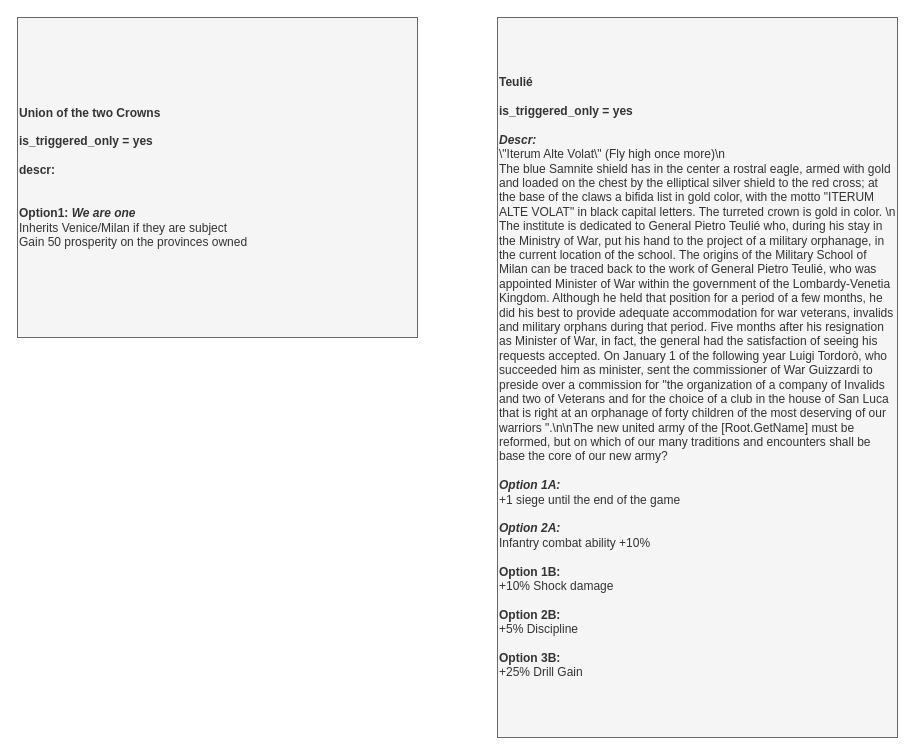
The draw.io diagram page "Events" (3 of 5) of It's Cotoletta and Moleche Time/It's Cotoletta and Moleche 0.2.drawio in Melvasul/Missions-Expanded, before the edit. Source tidied: cells renumbered, new cells numbered last; positions are measured from the earlier drawing's top-left corner, leaving out a move shared by most shapes. Both pictures are drawn from the tidied source at 100%, with x=0, y=0 at pixel (17, 17).
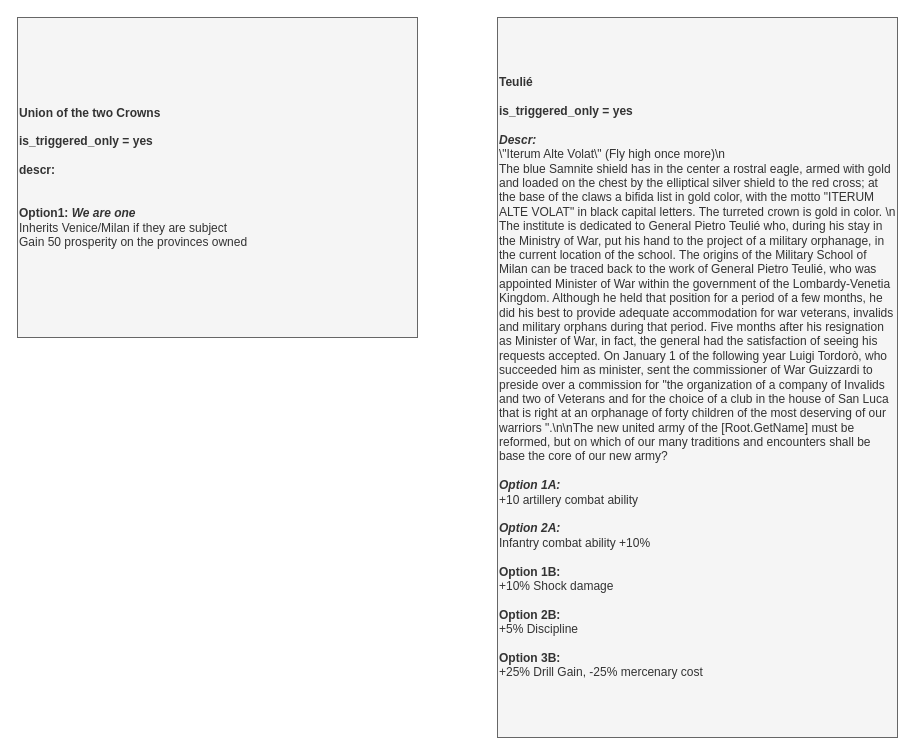
Above is the later version.

Diff of the diagram source:
```diff
@@
 <mxGraphModel>
   <root>
     <mxCell id="0" />
     <mxCell id="1" parent="0" />
     <mxCell id="2" value="&lt;div style=&quot;font-size: 12px&quot;&gt;&lt;b&gt;Union of the two Crowns&lt;/b&gt;&lt;br&gt;&lt;/div&gt;&lt;div style=&quot;font-size: 12px&quot;&gt;&lt;span style=&quot;font-size: 12px&quot;&gt;&lt;br&gt;&lt;/span&gt;&lt;/div&gt;&lt;div style=&quot;font-size: 12px&quot;&gt;&lt;span style=&quot;font-size: 12px&quot;&gt;&lt;b&gt;is_triggered_only = yes&lt;/b&gt;&lt;/span&gt;&lt;/div&gt;&lt;div style=&quot;font-size: 12px&quot;&gt;&lt;span style=&quot;font-size: 12px&quot;&gt;&lt;br&gt;&lt;/span&gt;&lt;/div&gt;&lt;div style=&quot;font-size: 12px&quot;&gt;&lt;span style=&quot;font-size: 12px&quot;&gt;&lt;b&gt;descr:&lt;/b&gt;&lt;/span&gt;&lt;/div&gt;&lt;div style=&quot;font-size: 12px&quot;&gt;&lt;br&gt;&lt;/div&gt;&lt;div style=&quot;font-size: 12px&quot;&gt;&lt;span style=&quot;font-size: 12px&quot;&gt;&lt;br style=&quot;font-size: 12px&quot;&gt;&lt;/span&gt;&lt;/div&gt;&lt;div style=&quot;font-size: 12px&quot;&gt;&lt;span style=&quot;font-size: 12px&quot;&gt;&lt;b&gt;Option1: &lt;/b&gt;&lt;i&gt;&lt;b&gt;We are one&lt;/b&gt;&lt;/i&gt;&lt;/span&gt;&lt;/div&gt;&lt;div style=&quot;font-size: 12px&quot;&gt;&lt;span style=&quot;font-size: 12px&quot;&gt;Inherits Venice/Milan if they are subject&lt;/span&gt;&lt;/div&gt;&lt;div style=&quot;font-size: 12px&quot;&gt;&lt;span style=&quot;font-size: 12px&quot;&gt;Gain 50 prosperity on the provinces owned&lt;/span&gt;&lt;/div&gt;" style="rounded=0;whiteSpace=wrap;html=1;fillColor=#f5f5f5;strokeColor=#666666;fontSize=12;fontColor=#333333;align=left;verticalAlign=middle;" parent="1" vertex="1">
       <mxGeometry width="400" height="320" as="geometry" />
     </mxCell>
-    <mxCell id="3" value="&lt;div style=&quot;font-size: 12px&quot;&gt;&lt;b&gt;Teulié&lt;/b&gt;&lt;/div&gt;&lt;div style=&quot;font-size: 12px&quot;&gt;&lt;br&gt;&lt;/div&gt;&lt;div style=&quot;font-size: 12px&quot;&gt;&lt;b&gt;is_triggered_only = yes&lt;/b&gt;&lt;/div&gt;&lt;div style=&quot;font-size: 12px&quot;&gt;&lt;b&gt;&lt;br&gt;&lt;/b&gt;&lt;/div&gt;&lt;div&gt;&lt;font&gt;&lt;div style=&quot;font-size: 12px&quot;&gt;&lt;b style=&quot;font-size: 12px&quot;&gt;&lt;i style=&quot;font-size: 12px&quot;&gt;Descr:&lt;/i&gt;&lt;/b&gt;&lt;/div&gt;&lt;div&gt;\&quot;Iterum Alte Volat\&quot; (Fly high once more)\n&lt;br&gt;&lt;/div&gt;&lt;div&gt;The blue Samnite shield has in the center a rostral eagle, armed with gold and loaded on the chest by the elliptical silver shield to the red cross; at the base of the claws a bifida list in gold color, with the motto &quot;ITERUM ALTE VOLAT&quot; in black capital letters. The turreted crown is gold in color. \n&lt;/div&gt;&lt;div&gt;The institute is dedicated to General Pietro Teulié who, during his stay in the Ministry of War, put his hand to the project of a military orphanage, in the current location of the school.&amp;nbsp;&lt;span&gt;The origins of the Military School of Milan can be traced back to the work of General Pietro Teulié, who was appointed Minister of War within the government of the Lombardy-Venetia Kingdom. Although he held that position for a period of a few months, he did his best to provide adequate accommodation for war veterans, invalids and military orphans during that period. Five months after his resignation as Minister of War, in fact, the general had the satisfaction of seeing his requests accepted. On January 1 of the following year Luigi Tordorò, who succeeded him as minister, sent the commissioner of War Guizzardi to preside over a commission for &quot;the organization of a company of Invalids and two of Veterans and for the choice of a club in the house of San Luca that is right at an orphanage of forty children of the most deserving of our warriors &quot;.&lt;/span&gt;&lt;span&gt;\n\n&lt;/span&gt;&lt;span&gt;The new united army of the [Root.GetName] must be reformed, but on which of our many traditions and encounters shall be base the core of our new army?&lt;/span&gt;&lt;/div&gt;&lt;div&gt;&lt;span&gt;&lt;br&gt;&lt;/span&gt;&lt;/div&gt;&lt;div&gt;&lt;b&gt;&lt;i&gt;Option 1A:&lt;/i&gt;&lt;/b&gt;&lt;i&gt;&amp;nbsp;&lt;/i&gt;&lt;br&gt;+1 siege until the end of the game&lt;br&gt;&lt;br&gt;&lt;i&gt;&lt;b&gt;Option 2A:&amp;nbsp;&lt;/b&gt;&lt;/i&gt;&lt;br&gt;Infantry combat ability +10%&lt;br&gt;&lt;/div&gt;&lt;/font&gt;&lt;/div&gt;&lt;font&gt;&lt;br&gt;&lt;b&gt;Option 1B: &lt;/b&gt;&lt;br&gt;+10% Shock damage&lt;br&gt;&lt;br&gt;&lt;b&gt;Option 2B: &lt;/b&gt;&lt;br&gt;+5% Discipline&lt;br&gt;&lt;br&gt;&lt;b&gt;Option 3B: &lt;/b&gt;&lt;br&gt;+25% Drill Gain&lt;span style=&quot;color: rgba(0 , 0 , 0 , 0) ; font-family: monospace ; font-size: 0px&quot;&gt;del%3E%3Croot%3E%3CmxCell%20id%3D%220%22%2F%3E%3CmxCell%20id%3D%221%22%20parent%3D%220%22%2F%3E%3CmxCell%20id%3D%222%22%20value%3D%22%26lt%3Bdiv%20style%3D%26quot%3Bfont-size%3A%2012px%26quot%3B%26gt%3B%26lt%3Bb%26gt%3BNunziatella%26lt%3B%2Fb%26gt%3B%26lt%3B%2Fdiv%26gt%3B%26lt%3Bdiv%20style%3D%26quot%3Bfont-size%3A%2012px%26quot%3B%26gt%3B%26lt%3Bb%26gt%3B%26lt%3Bbr%26gt%3B%26lt%3B%2Fb%26gt%3B%26lt%3B%2Fdiv%26gt%3B%26lt%3Bdiv%20style%3D%26quot%3Bfont-size%3A%2012px%26quot%3B%26gt%3B%26lt%3Bb%26gt%3Bpotential%3A%26lt%3B%2Fb%26gt%3B%26lt%3B%2Fdiv%26gt%3B%26lt%3Bdiv%20style%3D%26quot%3Bfont-size%3A%2012px%26quot%3B%26gt%3BIs%20the%20TTS%26lt%3B%2Fdiv%26gt%3B%26lt%3Bdiv%20style%3D%26quot%3Bfont-size%3A%2012px%26quot%3B%26gt%3Bcompleted%20mission%3A%20Military%20Reforms%26lt%3B%2Fdiv%26gt%3B%26lt%3Bdiv%20style%3D%26quot%3Bfont-size%3A%2012px%26quot%3B%26gt%3B%26lt%3Bb%26gt%3B%26lt%3Bbr%26gt%3B%26lt%3B%2Fb%26gt%3B%26lt%3B%2Fdiv%26gt%3B%26lt%3Bdiv%20style%3D%26quot%3Bfont-size%3A%2012px%26quot%3B%26gt%3B%26lt%3Bb%26gt%3BAllow%3A%26lt%3B%2Fb%26gt%3B%26lt%3B%2Fdiv%26gt%3B%26lt%3Bdiv%20style%3D%26quot%3Bfont-size%3A%2012px%26quot%3B%26gt%3B%26lt%3Bbr%26gt%3B%26lt%3B%2Fdiv%26gt%3B%26lt%3Bdiv%20style%3D%26quot%3Bfont-size%3A%2012px%26quot%3B%26gt%3B%26lt%3Bb%26gt%3B%26lt%3Bbr%26gt%3B%26lt%3B%2Fb%26gt%3B%26lt%3B%2Fdiv%26gt%3B%26lt%3Bdiv%26gt%3B%26lt%3Bfont%26gt%3B%26lt%3Bdiv%20style%3D%26quot%3Bfont-size%3A%2012px%26quot%3B%26gt%3B%26lt%3Bb%20style%3D%26quot%3Bfont-size%3A%2012px%26quot%3B%26gt%3B%26lt%3Bi%20style%3D%26quot%3Bfont-size%3A%2012px%26quot%3B%26gt%3BDescr%3A%26amp%3Bnbsp%3B%26lt%3B%2Fi%26gt%3B%26lt%3B%2Fb%26gt%3B%26lt%3B%2Fdiv%26gt%3B%26lt%3Bdiv%20style%3D%26quot%3Bfont-size%3A%2012px%26quot%3B%26gt%3B%26lt%3B%2Fdiv%26gt%3B%26lt%3B%2Ffont%26gt%3B%26lt%3B%2Fdiv%26gt%3B%26lt%3Bfont%26gt%3B%26lt%3Bbr%26gt%3B%26lt%3B%2Ffont%26gt%3B%22%20style%3D%22rounded%3D0%3BwhiteSpace%3Dwrap%3Bhtml%3D1%3Balign%3Dleft%3BfontSize%3D12%3BfillColor%3D%23f5f5f5%3BstrokeColor%3D%23666666%3BfontColor%3D%23333333%3BfontFamily%3DHelvetica%3B%22%20vertex%3D%221%22%20parent%3D%221%22%3E%3CmxGeometry%20x%3D%22480%22%20width%3D%22400%22%20height%3D%22320%22%20as%3D%22geometry%22%2F%3E%3C%2FmxCell%3E%3C%2Froot%3E%3C%2FmxGraphModel%dasdasdasdasddadasdasd3E&lt;b&gt;Lo&lt;/b&gt;&lt;/span&gt;&lt;br&gt;&lt;/font&gt;" style="rounded=0;whiteSpace=wrap;html=1;align=left;fontSize=12;fillColor=#f5f5f5;strokeColor=#666666;fontColor=#333333;fontFamily=Helvetica;" parent="1" vertex="1">
+    <mxCell id="3" value="&lt;div style=&quot;font-size: 12px&quot;&gt;&lt;b&gt;Teulié&lt;/b&gt;&lt;/div&gt;&lt;div style=&quot;font-size: 12px&quot;&gt;&lt;br&gt;&lt;/div&gt;&lt;div style=&quot;font-size: 12px&quot;&gt;&lt;b&gt;is_triggered_only = yes&lt;/b&gt;&lt;/div&gt;&lt;div style=&quot;font-size: 12px&quot;&gt;&lt;b&gt;&lt;br&gt;&lt;/b&gt;&lt;/div&gt;&lt;div&gt;&lt;font&gt;&lt;div style=&quot;font-size: 12px&quot;&gt;&lt;b style=&quot;font-size: 12px&quot;&gt;&lt;i style=&quot;font-size: 12px&quot;&gt;Descr:&lt;/i&gt;&lt;/b&gt;&lt;/div&gt;&lt;div&gt;\&quot;Iterum Alte Volat\&quot; (Fly high once more)\n&lt;br&gt;&lt;/div&gt;&lt;div&gt;The blue Samnite shield has in the center a rostral eagle, armed with gold and loaded on the chest by the elliptical silver shield to the red cross; at the base of the claws a bifida list in gold color, with the motto &quot;ITERUM ALTE VOLAT&quot; in black capital letters. The turreted crown is gold in color. \n&lt;/div&gt;&lt;div&gt;The institute is dedicated to General Pietro Teulié who, during his stay in the Ministry of War, put his hand to the project of a military orphanage, in the current location of the school.&amp;nbsp;&lt;span&gt;The origins of the Military School of Milan can be traced back to the work of General Pietro Teulié, who was appointed Minister of War within the government of the Lombardy-Venetia Kingdom. Although he held that position for a period of a few months, he did his best to provide adequate accommodation for war veterans, invalids and military orphans during that period. Five months after his resignation as Minister of War, in fact, the general had the satisfaction of seeing his requests accepted. On January 1 of the following year Luigi Tordorò, who succeeded him as minister, sent the commissioner of War Guizzardi to preside over a commission for &quot;the organization of a company of Invalids and two of Veterans and for the choice of a club in the house of San Luca that is right at an orphanage of forty children of the most deserving of our warriors &quot;.&lt;/span&gt;&lt;span&gt;\n\n&lt;/span&gt;&lt;span&gt;The new united army of the [Root.GetName] must be reformed, but on which of our many traditions and encounters shall be base the core of our new army?&lt;/span&gt;&lt;/div&gt;&lt;div&gt;&lt;span&gt;&lt;br&gt;&lt;/span&gt;&lt;/div&gt;&lt;div&gt;&lt;b&gt;&lt;i&gt;Option 1A:&lt;/i&gt;&lt;/b&gt;&lt;i&gt;&amp;nbsp;&lt;/i&gt;&lt;br&gt;+10 artillery combat ability&amp;nbsp;&lt;br&gt;&lt;br&gt;&lt;i&gt;&lt;b&gt;Option 2A:&amp;nbsp;&lt;/b&gt;&lt;/i&gt;&lt;br&gt;Infantry combat ability +10%&lt;br&gt;&lt;/div&gt;&lt;/font&gt;&lt;/div&gt;&lt;font&gt;&lt;br&gt;&lt;b&gt;Option 1B: &lt;/b&gt;&lt;br&gt;+10% Shock damage&lt;br&gt;&lt;br&gt;&lt;b&gt;Option 2B: &lt;/b&gt;&lt;br&gt;+5% Discipline&lt;br&gt;&lt;br&gt;&lt;b&gt;Option 3B: &lt;/b&gt;&lt;br&gt;+25% Drill Gain, -25% mercenary cost&lt;span style=&quot;color: rgba(0 , 0 , 0 , 0) ; font-family: monospace ; font-size: 0px&quot;&gt;del%3E%3Croot%3E%3CmxCell%20id%3D%220%22%2F%3E%3CmxCell%20id%3D%221%22%20parent%3D%220%22%2F%3E%3CmxCell%20id%3D%222%22%20value%3D%22%26lt%3Bdiv%20style%3D%26quot%3Bfont-size%3A%2012px%26quot%3B%26gt%3B%26lt%3Bb%26gt%3BNunziatella%26lt%3B%2Fb%26gt%3B%26lt%3B%2Fdiv%26gt%3B%26lt%3Bdiv%20style%3D%26quot%3Bfont-size%3A%2012px%26quot%3B%26gt%3B%26lt%3Bb%26gt%3B%26lt%3Bbr%26gt%3B%26lt%3B%2Fb%26gt%3B%26lt%3B%2Fdiv%26gt%3B%26lt%3Bdiv%20style%3D%26quot%3Bfont-size%3A%2012px%26quot%3B%26gt%3B%26lt%3Bb%26gt%3Bpotential%3A%26lt%3B%2Fb%26gt%3B%26lt%3B%2Fdiv%26gt%3B%26lt%3Bdiv%20style%3D%26quot%3Bfont-size%3A%2012px%26quot%3B%26gt%3BIs%20the%20TTS%26lt%3B%2Fdiv%26gt%3B%26lt%3Bdiv%20style%3D%26quot%3Bfont-size%3A%2012px%26quot%3B%26gt%3Bcompleted%20mission%3A%20Military%20Reforms%26lt%3B%2Fdiv%26gt%3B%26lt%3Bdiv%20style%3D%26quot%3Bfont-size%3A%2012px%26quot%3B%26gt%3B%26lt%3Bb%26gt%3B%26lt%3Bbr%26gt%3B%26lt%3B%2Fb%26gt%3B%26lt%3B%2Fdiv%26gt%3B%26lt%3Bdiv%20style%3D%26quot%3Bfont-size%3A%2012px%26quot%3B%26gt%3B%26lt%3Bb%26gt%3BAllow%3A%26lt%3B%2Fb%26gt%3B%26lt%3B%2Fdiv%26gt%3B%26lt%3Bdiv%20style%3D%26quot%3Bfont-size%3A%2012px%26quot%3B%26gt%3B%26lt%3Bbr%26gt%3B%26lt%3B%2Fdiv%26gt%3B%26lt%3Bdiv%20style%3D%26quot%3Bfont-size%3A%2012px%26quot%3B%26gt%3B%26lt%3Bb%26gt%3B%26lt%3Bbr%26gt%3B%26lt%3B%2Fb%26gt%3B%26lt%3B%2Fdiv%26gt%3B%26lt%3Bdiv%26gt%3B%26lt%3Bfont%26gt%3B%26lt%3Bdiv%20style%3D%26quot%3Bfont-size%3A%2012px%26quot%3B%26gt%3B%26lt%3Bb%20style%3D%26quot%3Bfont-size%3A%2012px%26quot%3B%26gt%3B%26lt%3Bi%20style%3D%26quot%3Bfont-size%3A%2012px%26quot%3B%26gt%3BDescr%3A%26amp%3Bnbsp%3B%26lt%3B%2Fi%26gt%3B%26lt%3B%2Fb%26gt%3B%26lt%3B%2Fdiv%26gt%3B%26lt%3Bdiv%20style%3D%26quot%3Bfont-size%3A%2012px%26quot%3B%26gt%3B%26lt%3B%2Fdiv%26gt%3B%26lt%3B%2Ffont%26gt%3B%26lt%3B%2Fdiv%26gt%3B%26lt%3Bfont%26gt%3B%26lt%3Bbr%26gt%3B%26lt%3B%2Ffont%26gt%3B%22%20style%3D%22rounded%3D0%3BwhiteSpace%3Dwrap%3Bhtml%3D1%3Balign%3Dleft%3BfontSize%3D12%3BfillColor%3D%23f5f5f5%3BstrokeColor%3D%23666666%3BfontColor%3D%23333333%3BfontFamily%3DHelvetica%3B%22%20vertex%3D%221%22%20parent%3D%221%22%3E%3CmxGeometry%20x%3D%22480%22%20width%3D%22400%22%20height%3D%22320%22%20as%3D%22geometry%22%2F%3E%3C%2FmxCell%3E%3C%2Froot%3E%3C%2FmxGraphModel%dasdasdasdasddadasdasd3E&lt;b&gt;Lo&lt;/b&gt;&lt;/span&gt;&lt;br&gt;&lt;/font&gt;" style="rounded=0;whiteSpace=wrap;html=1;align=left;fontSize=12;fillColor=#f5f5f5;strokeColor=#666666;fontColor=#333333;fontFamily=Helvetica;" parent="1" vertex="1">
       <mxGeometry x="480" width="400" height="720" as="geometry" />
     </mxCell>
   </root>
 </mxGraphModel>
```
